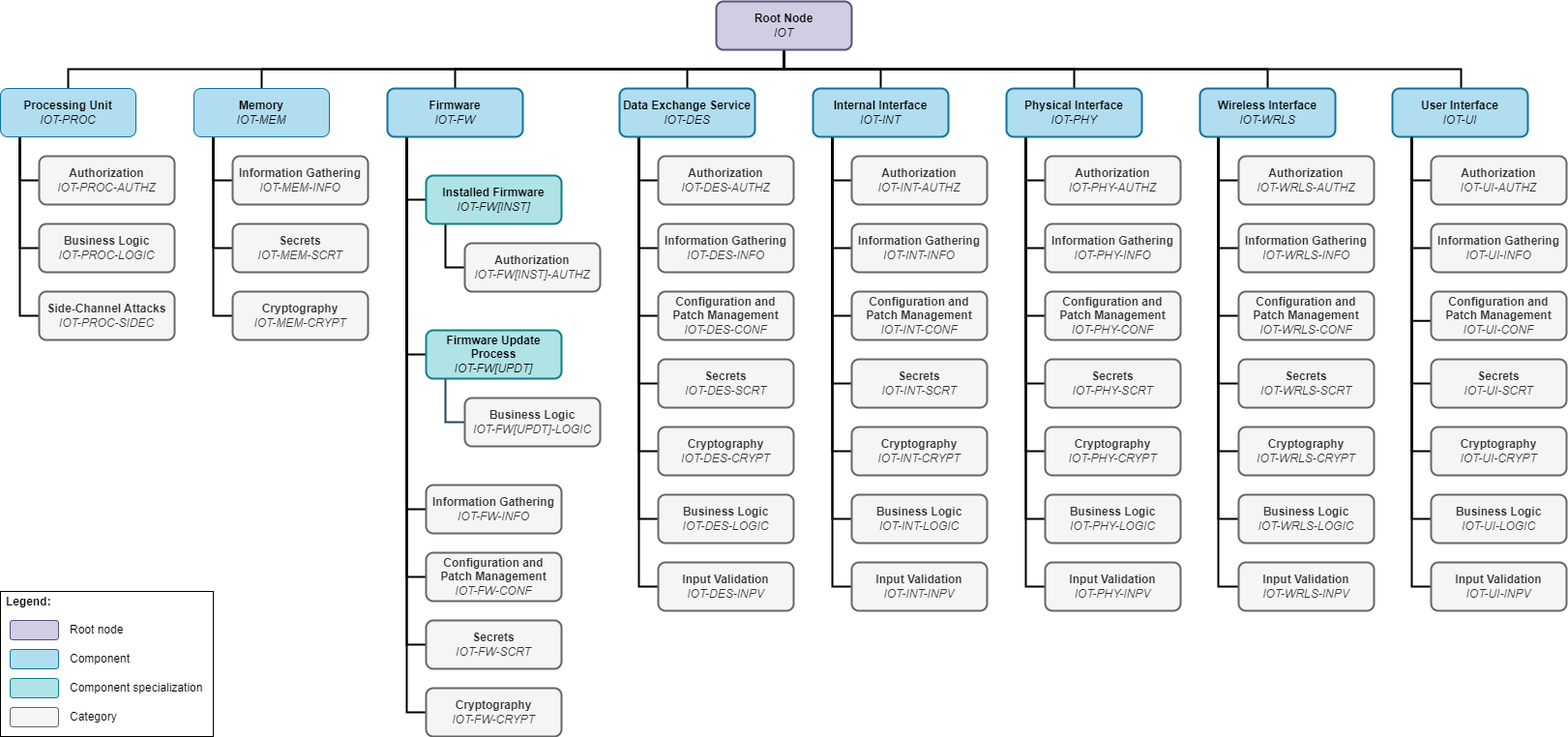
Earlier version of the draw.io export src/img/Component_Overview.png (OWASP/owasp-istg). Source tidied: cells renumbered, new cells last; positions are measured from the earlier drawing's top-left corner, leaving out a move shared by most shapes.
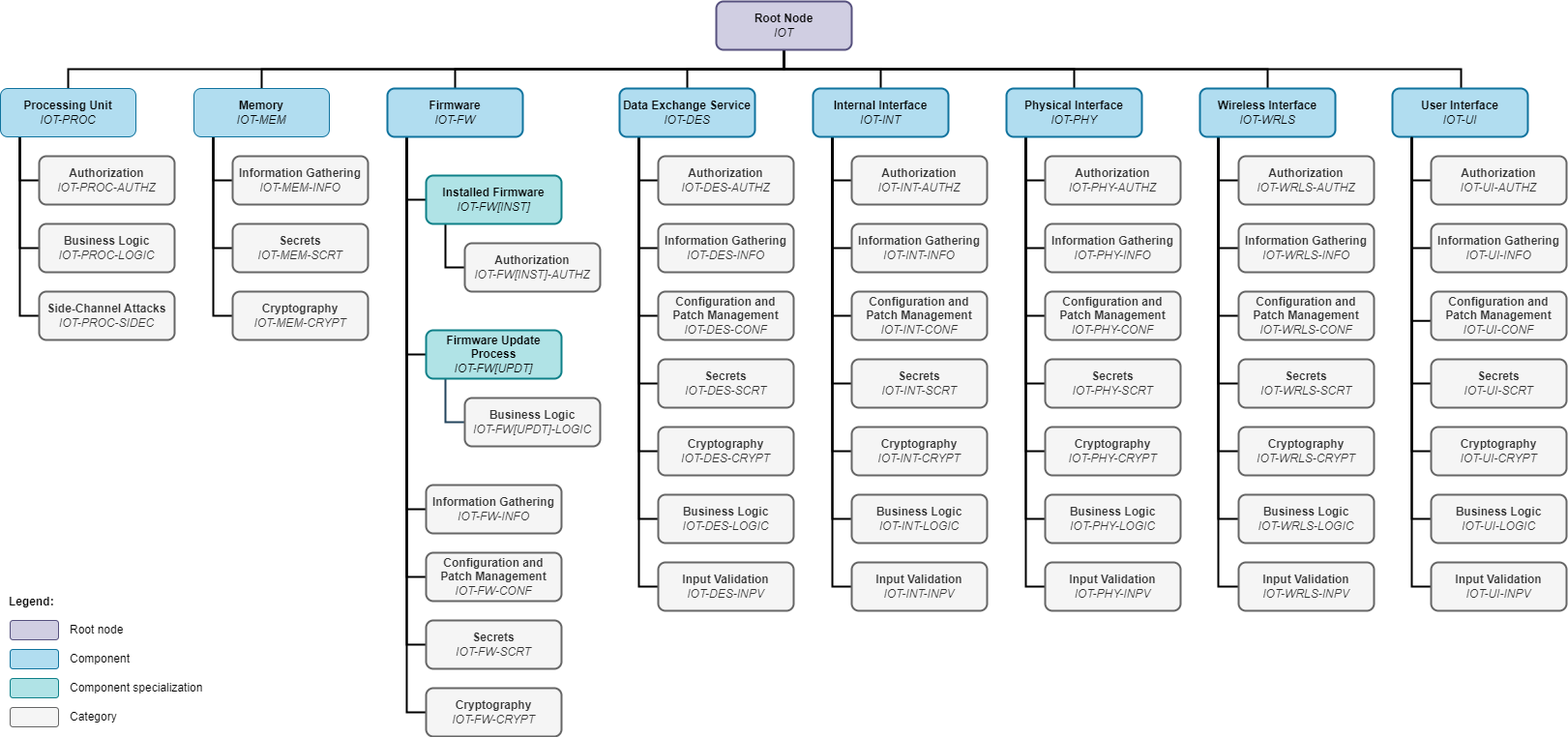
The same file after the commit.

Diff of the diagram source:
```diff
@@ -573,10 +573,10 @@
         </Array>
       </mxGeometry>
     </mxCell>
-    <mxCell id="117" style="group;fillColor=#f5f5f5;fontColor=#333333;strokeColor=#666666;" parent="1" vertex="1">
+    <mxCell id="117" style="group;strokeColor=none;" parent="1" vertex="1">
       <mxGeometry y="610" width="220" height="150" as="geometry" />
     </mxCell>
-    <mxCell id="118" value="&lt;b&gt;Legend:&lt;br&gt;&lt;br&gt;&lt;br&gt;&lt;br&gt;&lt;br&gt;&lt;br&gt;&lt;br&gt;&lt;br&gt;&lt;br&gt;&lt;br&gt;&lt;/b&gt;" style="rounded=0;whiteSpace=wrap;html=1;align=left;spacingLeft=4;" parent="117" vertex="1">
+    <mxCell id="118" value="&lt;b&gt;Legend:&lt;br&gt;&lt;br&gt;&lt;br&gt;&lt;br&gt;&lt;br&gt;&lt;br&gt;&lt;br&gt;&lt;br&gt;&lt;br&gt;&lt;br&gt;&lt;/b&gt;" style="rounded=0;whiteSpace=wrap;html=1;align=left;spacingLeft=7;fillColor=none;strokeColor=none;" parent="117" vertex="1">
       <mxGeometry width="220" height="150" as="geometry" />
     </mxCell>
     <mxCell id="119" style="rounded=1;whiteSpace=wrap;html=1;fillColor=#d0cee2;strokeColor=#56517e;" parent="117" vertex="1">
```
